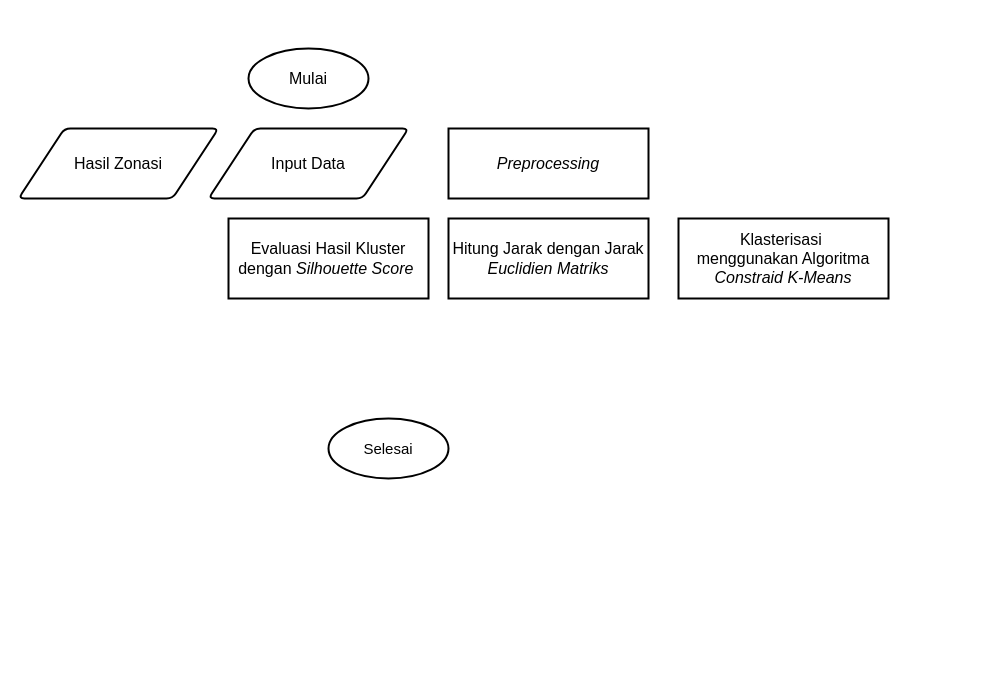
Before: page "Halaman-5" (5 of 7) of Diagram Tanpa Judul.drawio in NayaRPL/bebas, a draw.io diagram. Source tidied: cells renumbered, new cells numbered last; positions are measured from the earlier drawing's top-left corner, leaving out a move shared by most shapes. Both pictures are drawn from the tidied source at 100%, with x=0, y=0 at pixel (18, 48).
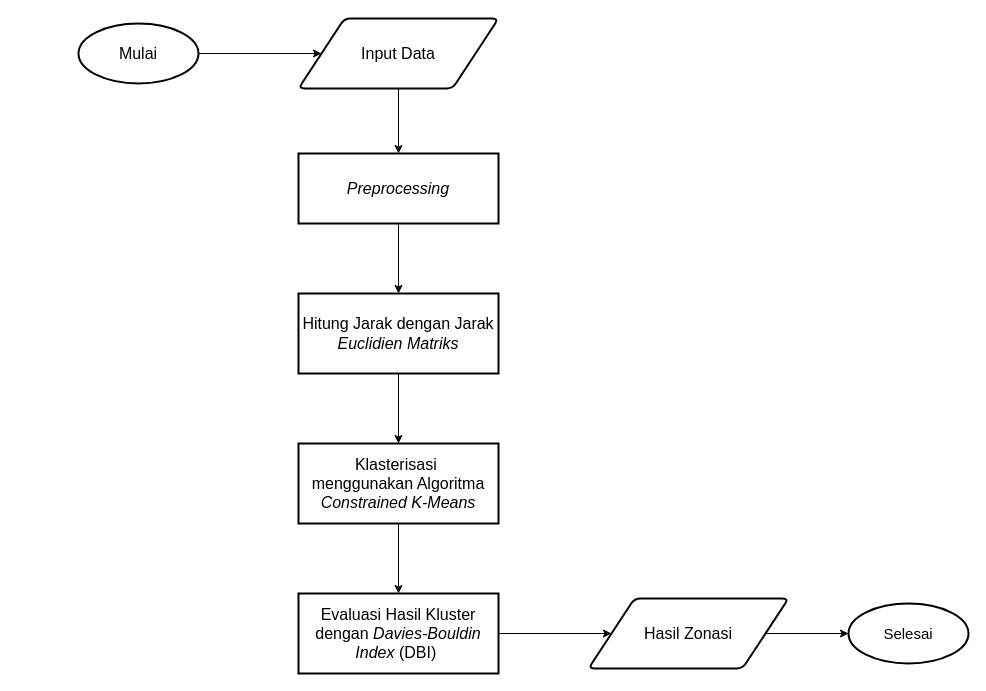
The same diagram, later.

Change to the diagram source:
```diff
@@
 <mxGraphModel>
   <root>
     <mxCell id="0" />
     <mxCell id="1" parent="0" />
+    <mxCell id="10" style="edgeStyle=orthogonalEdgeStyle;rounded=0;jettySize=auto;html=1;exitX=1;exitY=0.5;exitDx=0;exitDy=0;exitPerimeter=0;entryX=0;entryY=0.5;entryDx=0;entryDy=0;" parent="1" edge="1" source="2" target="7">
+      <mxGeometry relative="1" as="geometry" />
+    </mxCell>
     <mxCell id="2" value="&lt;font style=&quot;font-size: 16px;&quot;&gt;Mulai&lt;/font&gt;" style="strokeWidth=2;html=1;shape=mxgraph.flowchart.start_1;whiteSpace=wrap;" parent="1" vertex="1">
-      <mxGeometry x="230" width="120" height="60" as="geometry" />
+      <mxGeometry x="60" y="-25" width="120" height="60" as="geometry" />
     </mxCell>
+    <mxCell id="11" style="edgeStyle=orthogonalEdgeStyle;rounded=0;jettySize=auto;html=1;exitX=0.5;exitY=1;exitDx=0;exitDy=0;entryX=0.5;entryY=0;entryDx=0;entryDy=0;" parent="1" edge="1" source="3" target="4">
+      <mxGeometry relative="1" as="geometry" />
+    </mxCell>
     <mxCell id="3" value="&lt;font style=&quot;font-size: 16px;&quot;&gt;&lt;i style=&quot;&quot;&gt;Preprocessing&lt;/i&gt;&lt;/font&gt;" style="rounded=0;whiteSpace=wrap;html=1;absoluteArcSize=1;arcSize=14;strokeWidth=2;" parent="1" vertex="1">
-      <mxGeometry x="430" y="80" width="200" height="70" as="geometry" />
+      <mxGeometry x="280" y="105" width="200" height="70" as="geometry" />
     </mxCell>
+    <mxCell id="12" style="edgeStyle=orthogonalEdgeStyle;rounded=0;jettySize=auto;html=1;exitX=0.5;exitY=1;exitDx=0;exitDy=0;entryX=0.5;entryY=0;entryDx=0;entryDy=0;" parent="1" edge="1" source="4" target="5">
+      <mxGeometry relative="1" as="geometry" />
+    </mxCell>
     <mxCell id="4" value="&lt;font style=&quot;font-size: 16px;&quot;&gt;Hitung Jarak dengan Jarak &lt;i style=&quot;&quot;&gt;Euclidien Matriks&lt;/i&gt;&lt;/font&gt;" style="rounded=0;whiteSpace=wrap;html=1;absoluteArcSize=1;arcSize=14;strokeWidth=2;" parent="1" vertex="1">
-      <mxGeometry x="430" y="170" width="200" height="80" as="geometry" />
+      <mxGeometry x="280" y="245" width="200" height="80" as="geometry" />
     </mxCell>
+    <mxCell id="13" style="edgeStyle=orthogonalEdgeStyle;rounded=0;jettySize=auto;html=1;exitX=0.5;exitY=1;exitDx=0;exitDy=0;entryX=0.5;entryY=0;entryDx=0;entryDy=0;" parent="1" edge="1" source="5" target="8">
+      <mxGeometry relative="1" as="geometry" />
+    </mxCell>
-    <mxCell id="5" value="&lt;font style=&quot;font-size: 16px;&quot;&gt;Klasterisasi&amp;nbsp;&lt;/font&gt;&lt;div&gt;&lt;font style=&quot;font-size: 16px;&quot;&gt;menggunakan Algoritma &lt;i style=&quot;&quot;&gt;Constraid&amp;nbsp;K-Means&lt;/i&gt;&lt;/font&gt;&lt;/div&gt;" style="rounded=0;whiteSpace=wrap;html=1;absoluteArcSize=1;arcSize=14;strokeWidth=2;" parent="1" vertex="1">
-      <mxGeometry x="660" y="170" width="210" height="80" as="geometry" />
+    <mxCell id="5" value="&lt;font style=&quot;font-size: 16px;&quot;&gt;Klasterisasi&amp;nbsp;&lt;/font&gt;&lt;div&gt;&lt;font style=&quot;font-size: 16px;&quot;&gt;menggunakan Algoritma &lt;i style=&quot;&quot;&gt;Constrained&amp;nbsp;K-Means&lt;/i&gt;&lt;/font&gt;&lt;/div&gt;" style="rounded=0;whiteSpace=wrap;html=1;absoluteArcSize=1;arcSize=14;strokeWidth=2;" parent="1" vertex="1">
+      <mxGeometry x="280" y="395" width="200" height="80" as="geometry" />
     </mxCell>
     <mxCell id="6" value="&lt;font style=&quot;font-size: 15px;&quot;&gt;Selesai&lt;/font&gt;" style="strokeWidth=2;html=1;shape=mxgraph.flowchart.start_1;whiteSpace=wrap;" parent="1" vertex="1">
-      <mxGeometry x="310" y="370" width="120" height="60" as="geometry" />
+      <mxGeometry x="830" y="555" width="120" height="60" as="geometry" />
     </mxCell>
+    <mxCell id="14" style="edgeStyle=orthogonalEdgeStyle;rounded=0;jettySize=auto;html=1;exitX=0.5;exitY=1;exitDx=0;exitDy=0;entryX=0.5;entryY=0;entryDx=0;entryDy=0;" parent="1" edge="1" source="7" target="3">
+      <mxGeometry relative="1" as="geometry" />
+    </mxCell>
     <mxCell id="7" value="&lt;font style=&quot;font-size: 16px;&quot;&gt;Input Data&lt;/font&gt;" style="shape=parallelogram;html=1;strokeWidth=2;perimeter=parallelogramPerimeter;whiteSpace=wrap;rounded=1;arcSize=12;size=0.23;" parent="1" vertex="1">
-      <mxGeometry x="190" y="80" width="200" height="70" as="geometry" />
+      <mxGeometry x="280" y="-30" width="200" height="70" as="geometry" />
     </mxCell>
+    <mxCell id="15" style="edgeStyle=orthogonalEdgeStyle;rounded=0;jettySize=auto;html=1;exitX=1;exitY=0.5;exitDx=0;exitDy=0;entryX=0;entryY=0.5;entryDx=0;entryDy=0;" parent="1" edge="1" source="8" target="9">
+      <mxGeometry relative="1" as="geometry" />
+    </mxCell>
-    <mxCell id="8" value="&lt;font style=&quot;font-size: 16px;&quot;&gt;Evaluasi Hasil Kluster dengan&amp;nbsp;&lt;font style=&quot;&quot;&gt;&lt;font style=&quot;&quot;&gt;&lt;i&gt;Silhouette Score&lt;/i&gt;&lt;/font&gt;&amp;nbsp;&lt;/font&gt;&lt;/font&gt;" style="rounded=0;whiteSpace=wrap;html=1;absoluteArcSize=1;arcSize=14;strokeWidth=2;" parent="1" vertex="1">
-      <mxGeometry x="210" y="170" width="200" height="80" as="geometry" />
+    <mxCell id="8" value="&lt;font style=&quot;font-size: 16px;&quot;&gt;Evaluasi Hasil Kluster dengan&amp;nbsp;&lt;font style=&quot;&quot;&gt;&lt;i&gt;Davies-Bouldin Index&lt;/i&gt; (DBI)&amp;nbsp;&lt;/font&gt;&lt;/font&gt;" style="rounded=0;whiteSpace=wrap;html=1;absoluteArcSize=1;arcSize=14;strokeWidth=2;" parent="1" vertex="1">
+      <mxGeometry x="280" y="545" width="200" height="80" as="geometry" />
     </mxCell>
     <mxCell id="9" value="&lt;font style=&quot;font-size: 16px;&quot;&gt;Hasil Zonasi&lt;/font&gt;" style="shape=parallelogram;html=1;strokeWidth=2;perimeter=parallelogramPerimeter;whiteSpace=wrap;rounded=1;arcSize=12;size=0.23;" parent="1" vertex="1">
-      <mxGeometry y="80" width="200" height="70" as="geometry" />
+      <mxGeometry x="570" y="550" width="200" height="70" as="geometry" />
     </mxCell>
+    <mxCell id="16" style="edgeStyle=orthogonalEdgeStyle;rounded=0;jettySize=auto;html=1;exitX=1;exitY=0.5;exitDx=0;exitDy=0;entryX=0;entryY=0.5;entryDx=0;entryDy=0;entryPerimeter=0;" parent="1" edge="1" source="9" target="6">
+      <mxGeometry relative="1" as="geometry" />
+    </mxCell>
   </root>
 </mxGraphModel>
```
